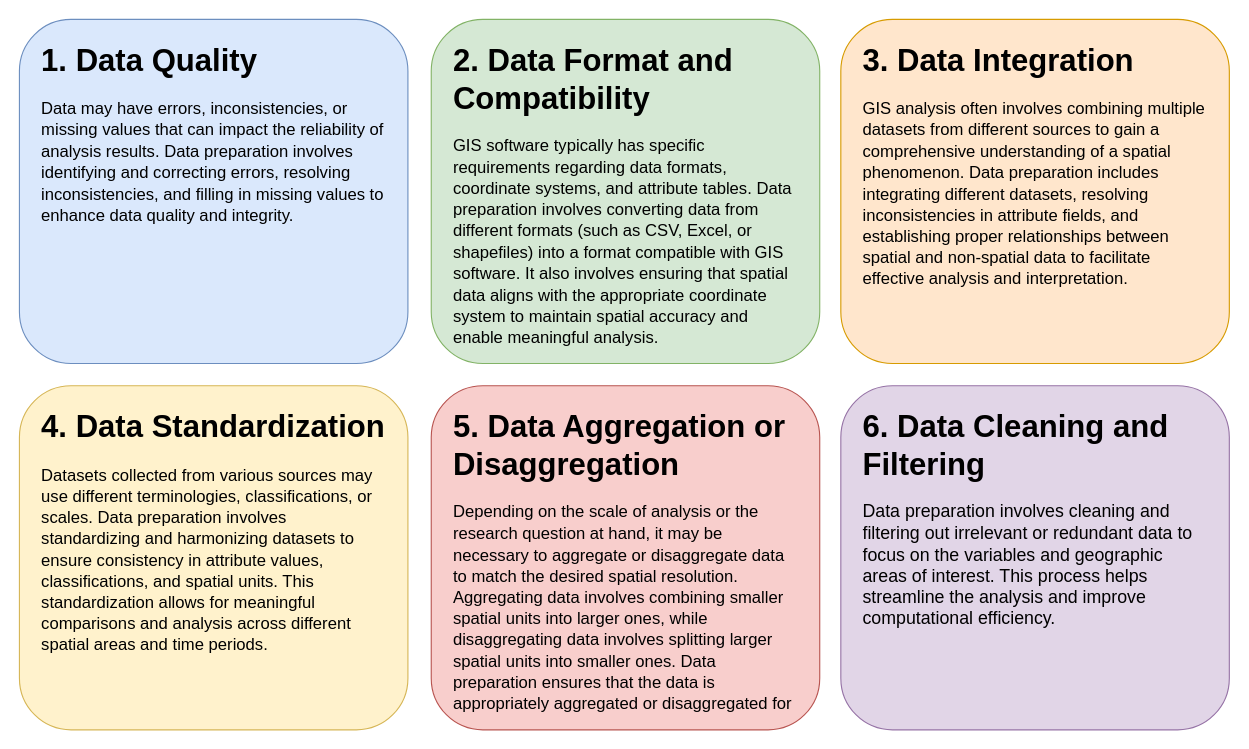
Earlier version of the draw.io diagram Assets/3_Theory/3_Theory_data_preperation_reasons.drawio (haseeb-cb/fundamentals-of-gis). Source tidied: cells renumbered, new cells numbered last; positions are measured from the earlier drawing's top-left corner, leaving out a move shared by most shapes. Both pictures are drawn from the tidied source at 111%, with x=0, y=0 at pixel (19, 19).
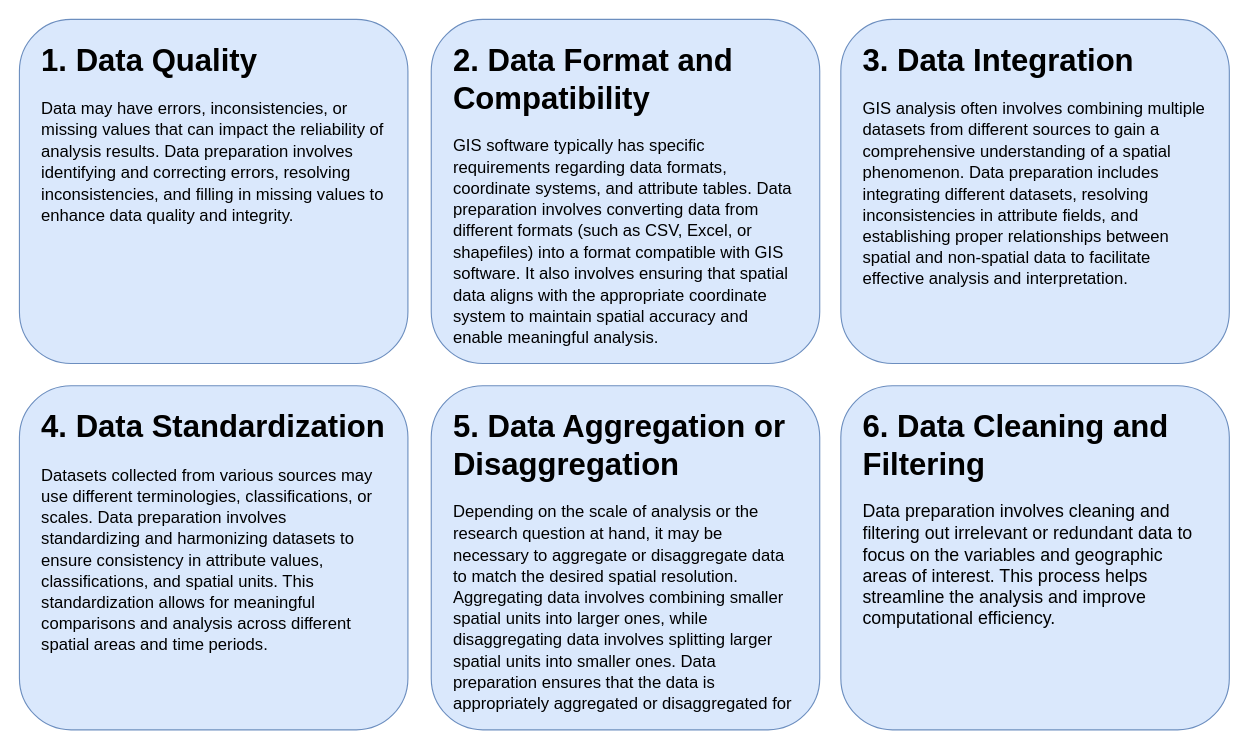
Above is the later version.

Diff of the diagram source:
```diff
@@
 <mxGraphModel>
   <root>
     <mxCell id="0" />
     <mxCell id="1" parent="0" />
-    <mxCell id="2" style="rounded=1;whiteSpace=wrap;html=1;fillColor=#d5e8d4;strokeColor=#82b366;" parent="1" vertex="1">
+    <mxCell id="2" style="rounded=1;whiteSpace=wrap;html=1;fillColor=#dae8fc;strokeColor=#6c8ebf;" parent="1" vertex="1">
       <mxGeometry x="371" width="350" height="310" as="geometry" />
     </mxCell>
     <mxCell id="3" value="&lt;h1&gt;&lt;font style=&quot;font-size: 28px;&quot;&gt;&lt;font style=&quot;font-size: 28px;&quot;&gt;2. Data Format and Compatibility&lt;/font&gt;&lt;/font&gt;&lt;/h1&gt;&lt;p style=&quot;font-size: 16px;&quot;&gt;&lt;font style=&quot;font-size: 16px;&quot;&gt;&lt;font style=&quot;font-size: 16px;&quot;&gt;&lt;font style=&quot;font-size: 15px;&quot;&gt;GIS software typically has specific requirements regarding data formats, coordinate systems, and attribute tables. Data preparation involves converting data from different formats (such as CSV, Excel, or shapefiles) into a format compatible with GIS software. It also involves ensuring that spatial data aligns with the appropriate coordinate system to maintain spatial accuracy and enable meaningful analysis.&lt;/font&gt;&lt;/font&gt;&lt;/font&gt;&lt;/p&gt;" style="text;html=1;strokeColor=none;fillColor=none;spacing=5;spacingTop=-20;whiteSpace=wrap;overflow=hidden;rounded=0;" parent="1" vertex="1">
       <mxGeometry x="386" y="15" width="320" height="280" as="geometry" />
     </mxCell>
     <mxCell id="4" style="rounded=1;whiteSpace=wrap;html=1;fillColor=#dae8fc;strokeColor=#6c8ebf;" parent="1" vertex="1">
       <mxGeometry width="350" height="310" as="geometry" />
     </mxCell>
     <mxCell id="5" value="&lt;h1&gt;&lt;font style=&quot;font-size: 28px;&quot;&gt;&lt;font style=&quot;font-size: 28px;&quot;&gt;1. Data Quality&lt;br&gt;&lt;/font&gt;&lt;/font&gt;&lt;/h1&gt;&lt;p style=&quot;font-size: 16px;&quot;&gt;&lt;font style=&quot;font-size: 16px;&quot;&gt;&lt;font style=&quot;font-size: 16px;&quot;&gt;&lt;font style=&quot;font-size: 15px;&quot;&gt;Data may have errors, inconsistencies, or missing values that can impact the reliability of analysis results. Data preparation involves identifying and correcting errors, resolving inconsistencies, and filling in missing values to enhance data quality and integrity.&lt;/font&gt;&lt;/font&gt;&lt;/font&gt;&lt;/p&gt;" style="text;html=1;strokeColor=none;fillColor=none;spacing=5;spacingTop=-20;whiteSpace=wrap;overflow=hidden;rounded=0;" parent="1" vertex="1">
       <mxGeometry x="15" y="15" width="320" height="280" as="geometry" />
     </mxCell>
-    <mxCell id="6" style="rounded=1;whiteSpace=wrap;html=1;fillColor=#ffe6cc;strokeColor=#d79b00;" parent="1" vertex="1">
+    <mxCell id="6" style="rounded=1;whiteSpace=wrap;html=1;fillColor=#dae8fc;strokeColor=#6c8ebf;" parent="1" vertex="1">
       <mxGeometry x="740" width="350" height="310" as="geometry" />
     </mxCell>
     <mxCell id="7" value="&lt;h1&gt;&lt;font style=&quot;font-size: 28px;&quot;&gt;&lt;font style=&quot;font-size: 28px;&quot;&gt;3. Data Integration&lt;br&gt;&lt;/font&gt;&lt;/font&gt;&lt;/h1&gt;&lt;p style=&quot;font-size: 16px;&quot;&gt;&lt;font style=&quot;font-size: 16px;&quot;&gt;&lt;font style=&quot;font-size: 16px;&quot;&gt;&lt;font style=&quot;font-size: 15px;&quot;&gt;GIS analysis often involves combining multiple datasets from different sources to gain a comprehensive understanding of a spatial phenomenon. Data preparation includes integrating different datasets, resolving inconsistencies in attribute fields, and establishing proper relationships between spatial and non-spatial data to facilitate effective analysis and interpretation.&lt;/font&gt;&lt;/font&gt;&lt;/font&gt;&lt;/p&gt;" style="text;html=1;strokeColor=none;fillColor=none;spacing=5;spacingTop=-20;whiteSpace=wrap;overflow=hidden;rounded=0;" parent="1" vertex="1">
       <mxGeometry x="755" y="15" width="320" height="280" as="geometry" />
     </mxCell>
-    <mxCell id="8" style="rounded=1;whiteSpace=wrap;html=1;fillColor=#fff2cc;strokeColor=#d6b656;" parent="1" vertex="1">
+    <mxCell id="8" style="rounded=1;whiteSpace=wrap;html=1;fillColor=#dae8fc;strokeColor=#6c8ebf;" parent="1" vertex="1">
       <mxGeometry y="330" width="350" height="310" as="geometry" />
     </mxCell>
     <mxCell id="9" value="&lt;h1&gt;&lt;font style=&quot;font-size: 28px;&quot;&gt;&lt;font style=&quot;font-size: 28px;&quot;&gt;4. Data Standardization&lt;br&gt;&lt;/font&gt;&lt;/font&gt;&lt;/h1&gt;&lt;p style=&quot;font-size: 16px;&quot;&gt;&lt;font style=&quot;font-size: 16px;&quot;&gt;&lt;font style=&quot;font-size: 16px;&quot;&gt;&lt;font style=&quot;font-size: 15px;&quot;&gt;Datasets collected from various sources may use different terminologies, classifications, or scales. Data preparation involves standardizing and harmonizing datasets to ensure consistency in attribute values, classifications, and spatial units. This standardization allows for meaningful comparisons and analysis across different spatial areas and time periods.&lt;/font&gt;&lt;/font&gt;&lt;/font&gt;&lt;/p&gt;" style="text;html=1;strokeColor=none;fillColor=none;spacing=5;spacingTop=-20;whiteSpace=wrap;overflow=hidden;rounded=0;" parent="1" vertex="1">
       <mxGeometry x="15" y="345" width="320" height="280" as="geometry" />
     </mxCell>
-    <mxCell id="10" style="rounded=1;whiteSpace=wrap;html=1;fillColor=#f8cecc;strokeColor=#b85450;" parent="1" vertex="1">
+    <mxCell id="10" style="rounded=1;whiteSpace=wrap;html=1;fillColor=#dae8fc;strokeColor=#6c8ebf;" parent="1" vertex="1">
       <mxGeometry x="371" y="330" width="350" height="310" as="geometry" />
     </mxCell>
     <mxCell id="11" value="&lt;h1&gt;&lt;font style=&quot;font-size: 28px;&quot;&gt;&lt;font style=&quot;font-size: 28px;&quot;&gt;5. Data Aggregation or Disaggregation&lt;br&gt;&lt;/font&gt;&lt;/font&gt;&lt;/h1&gt;&lt;p style=&quot;font-size: 16px;&quot;&gt;&lt;font style=&quot;font-size: 16px;&quot;&gt;&lt;font style=&quot;font-size: 16px;&quot;&gt;&lt;font style=&quot;font-size: 15px;&quot;&gt;Depending on the scale of analysis or the research question at hand, it may be necessary to aggregate or disaggregate data to match the desired spatial resolution. Aggregating data involves combining smaller spatial units into larger ones, while disaggregating data involves splitting larger spatial units into smaller ones. Data preparation ensures that the data is appropriately aggregated or disaggregated for the specific analysis requirements.&lt;/font&gt;&lt;/font&gt;&lt;/font&gt;&lt;/p&gt;" style="text;html=1;strokeColor=none;fillColor=none;spacing=5;spacingTop=-20;whiteSpace=wrap;overflow=hidden;rounded=0;" parent="1" vertex="1">
       <mxGeometry x="386" y="345" width="320" height="280" as="geometry" />
     </mxCell>
-    <mxCell id="12" style="rounded=1;whiteSpace=wrap;html=1;fillColor=#e1d5e7;strokeColor=#9673a6;" parent="1" vertex="1">
+    <mxCell id="12" style="rounded=1;whiteSpace=wrap;html=1;fillColor=#dae8fc;strokeColor=#6c8ebf;direction=south;" parent="1" vertex="1">
       <mxGeometry x="740" y="330" width="350" height="310" as="geometry" />
     </mxCell>
     <mxCell id="13" value="&lt;h1&gt;&lt;font style=&quot;font-size: 28px;&quot;&gt;&lt;font style=&quot;font-size: 28px;&quot;&gt;6. Data Cleaning and Filtering&lt;br&gt;&lt;/font&gt;&lt;/font&gt;&lt;/h1&gt;&lt;p style=&quot;font-size: 16px;&quot;&gt;&lt;font style=&quot;font-size: 16px;&quot;&gt;&lt;font style=&quot;font-size: 16px;&quot;&gt;Data preparation involves cleaning and filtering out irrelevant or redundant data to focus on the variables and geographic areas of interest. This process helps streamline the analysis and improve computational efficiency.&lt;/font&gt;&lt;/font&gt;&lt;/p&gt;" style="text;html=1;strokeColor=none;fillColor=none;spacing=5;spacingTop=-20;whiteSpace=wrap;overflow=hidden;rounded=0;" parent="1" vertex="1">
       <mxGeometry x="755" y="345" width="320" height="280" as="geometry" />
     </mxCell>
   </root>
 </mxGraphModel>
```
